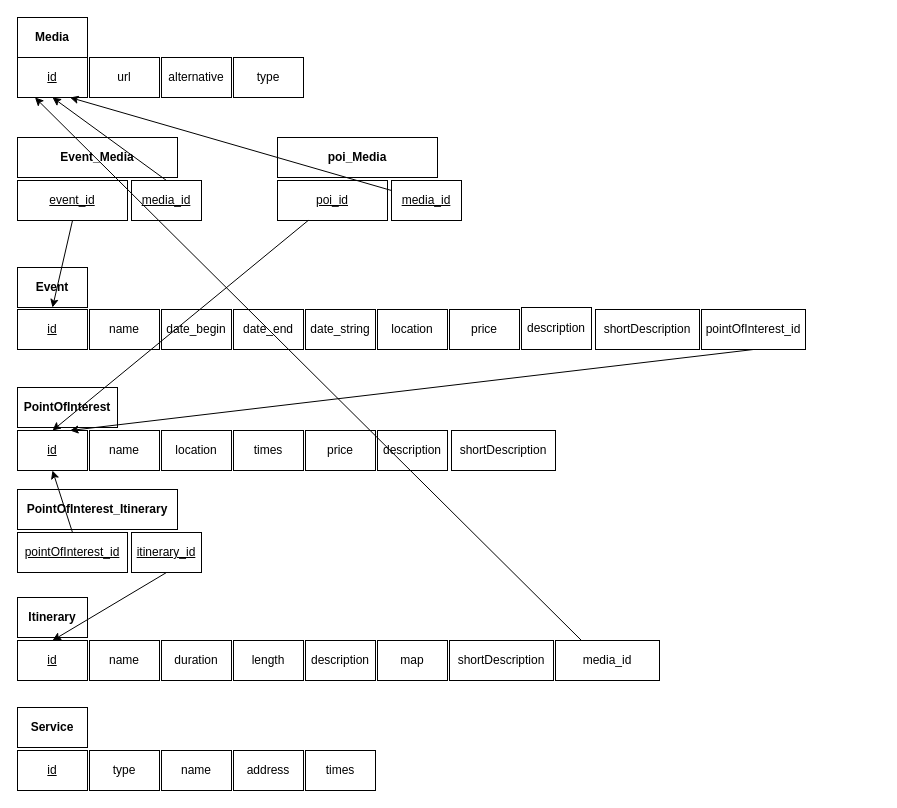
SebastianCastellano/Hypermedia-Project keeps this draw.io diagram as Design-part/drawio/RelationalSchemaHYPDesign.drawio. Above is the earlier version. Source tidied: cells renumbered, new cells numbered last; positions are measured from the earlier drawing's top-left corner, leaving out a move shared by most shapes. Both pictures are drawn from the tidied source at 100%, with x=0, y=0 at pixel (17, 17).
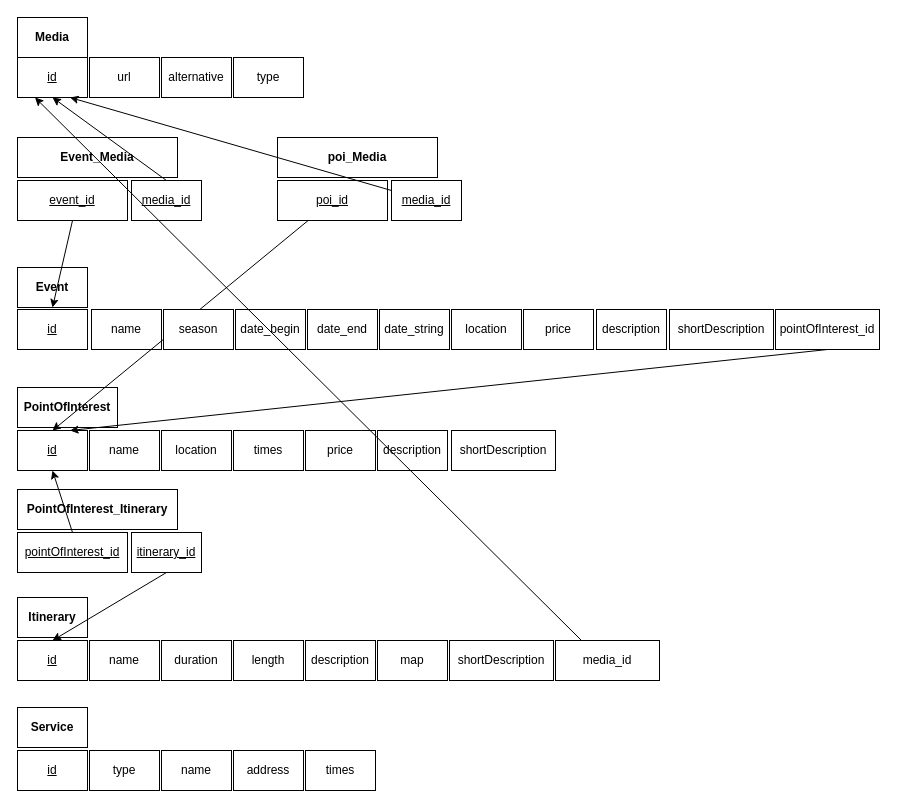
The same diagram, later.

Commit message (it also covers changes not shown here):
update excel and db schemas

The edit, as a diff of the source:
```diff
@@
     <mxCell id="4" value="name" style="rounded=0;whiteSpace=wrap;html=1;" parent="1" vertex="1">
-      <mxGeometry x="72" y="292" width="70" height="40" as="geometry" />
+      <mxGeometry x="74" y="292" width="70" height="40" as="geometry" />
     </mxCell>
     <mxCell id="5" value="date_begin" style="rounded=0;whiteSpace=wrap;html=1;" parent="1" vertex="1">
-      <mxGeometry x="144" y="292" width="70" height="40" as="geometry" />
+      <mxGeometry x="218" y="292" width="70" height="40" as="geometry" />
     </mxCell>
     <mxCell id="6" value="location" style="rounded=0;whiteSpace=wrap;html=1;" parent="1" vertex="1">
-      <mxGeometry x="360" y="292" width="70" height="40" as="geometry" />
+      <mxGeometry x="434" y="292" width="70" height="40" as="geometry" />
     </mxCell>
     <mxCell id="7" value="price" style="rounded=0;whiteSpace=wrap;html=1;" parent="1" vertex="1">
-      <mxGeometry x="432" y="292" width="70" height="40" as="geometry" />
+      <mxGeometry x="506" y="292" width="70" height="40" as="geometry" />
     </mxCell>
-    <mxCell id="8" value="description" style="rounded=0;whiteSpace=wrap;html=1;" parent="1" vertex="1">
-      <mxGeometry x="504" y="290" width="70" height="42" as="geometry" />
-    </mxCell>
     <mxCell id="9" value="shortDescription" style="rounded=0;whiteSpace=wrap;html=1;" parent="1" vertex="1">
-      <mxGeometry x="578" y="292" width="104" height="40" as="geometry" />
+      <mxGeometry x="652" y="292" width="104" height="40" as="geometry" />
     </mxCell>
     <mxCell id="10" value="pointOfInterest_id" style="rounded=0;whiteSpace=wrap;html=1;" parent="1" vertex="1">
-      <mxGeometry x="684" y="292" width="104" height="40" as="geometry" />
+      <mxGeometry x="758" y="292" width="104" height="40" as="geometry" />
     </mxCell>
@@
     <mxCell id="55" value="date_end" style="rounded=0;whiteSpace=wrap;html=1;" parent="1" vertex="1">
-      <mxGeometry x="216" y="292" width="70" height="40" as="geometry" />
+      <mxGeometry x="290" y="292" width="70" height="40" as="geometry" />
     </mxCell>
     <mxCell id="56" value="date_string" style="rounded=0;whiteSpace=wrap;html=1;" parent="1" vertex="1">
-      <mxGeometry x="288" y="292" width="70" height="40" as="geometry" />
+      <mxGeometry x="362" y="292" width="70" height="40" as="geometry" />
     </mxCell>
@@
+    <mxCell id="58" value="season" style="rounded=0;whiteSpace=wrap;html=1;" parent="1" vertex="1">
+      <mxGeometry x="146" y="292" width="70" height="40" as="geometry" />
+    </mxCell>
+    <mxCell id="8" value="description" style="rounded=0;whiteSpace=wrap;html=1;" parent="1" vertex="1">
+      <mxGeometry x="579" y="292" width="70" height="40" as="geometry" />
+    </mxCell>
```
